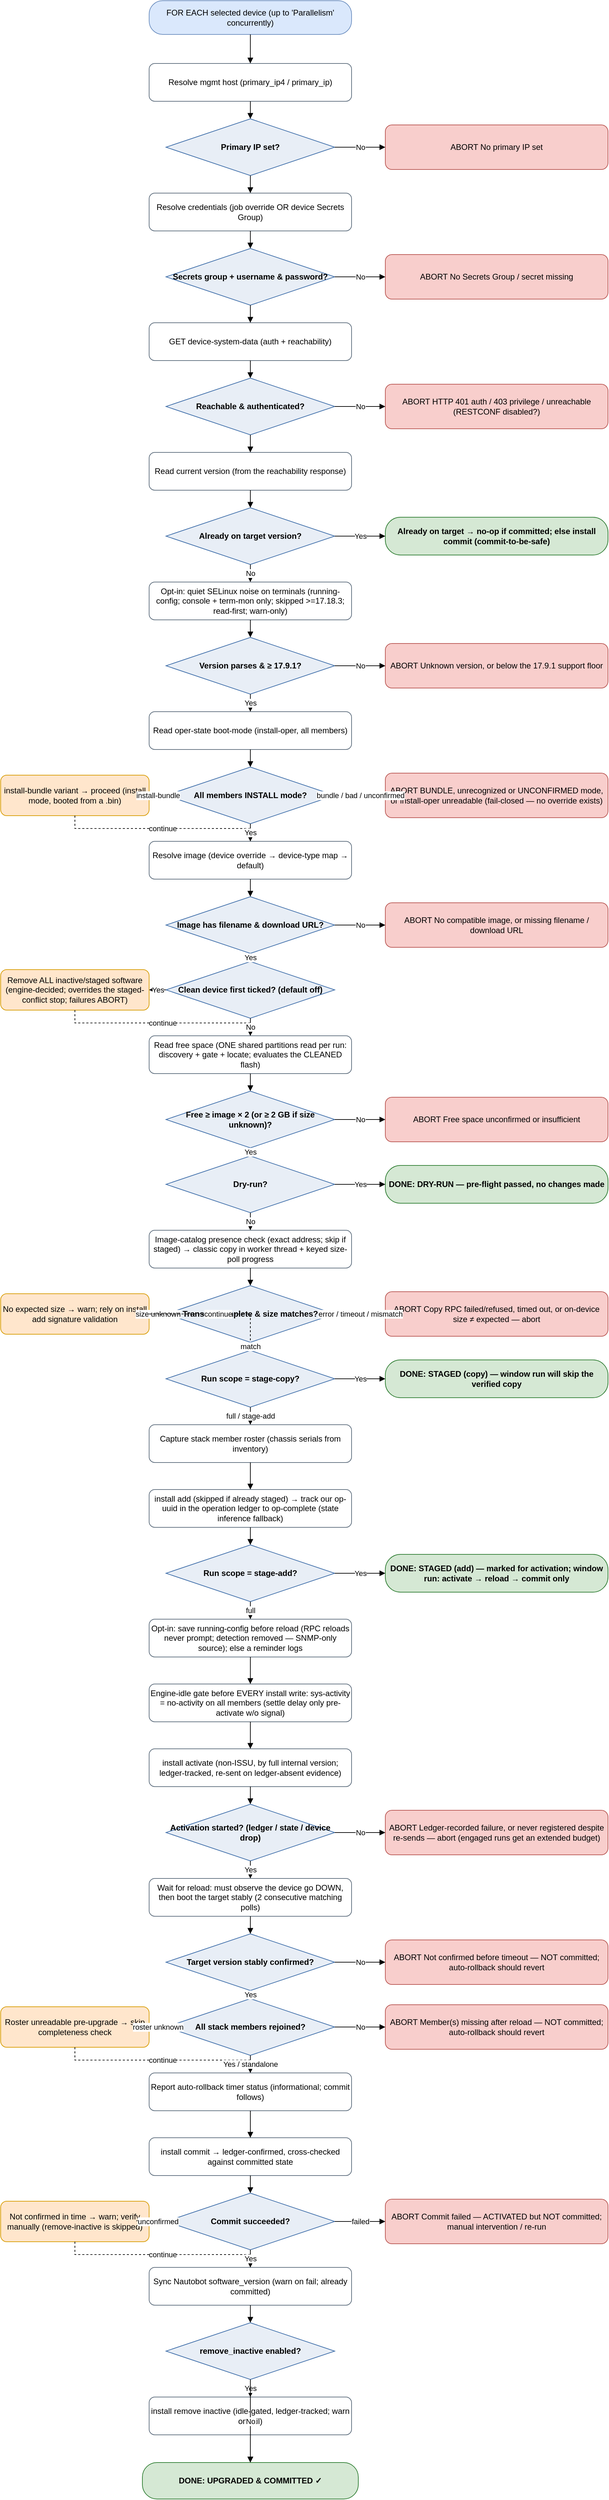
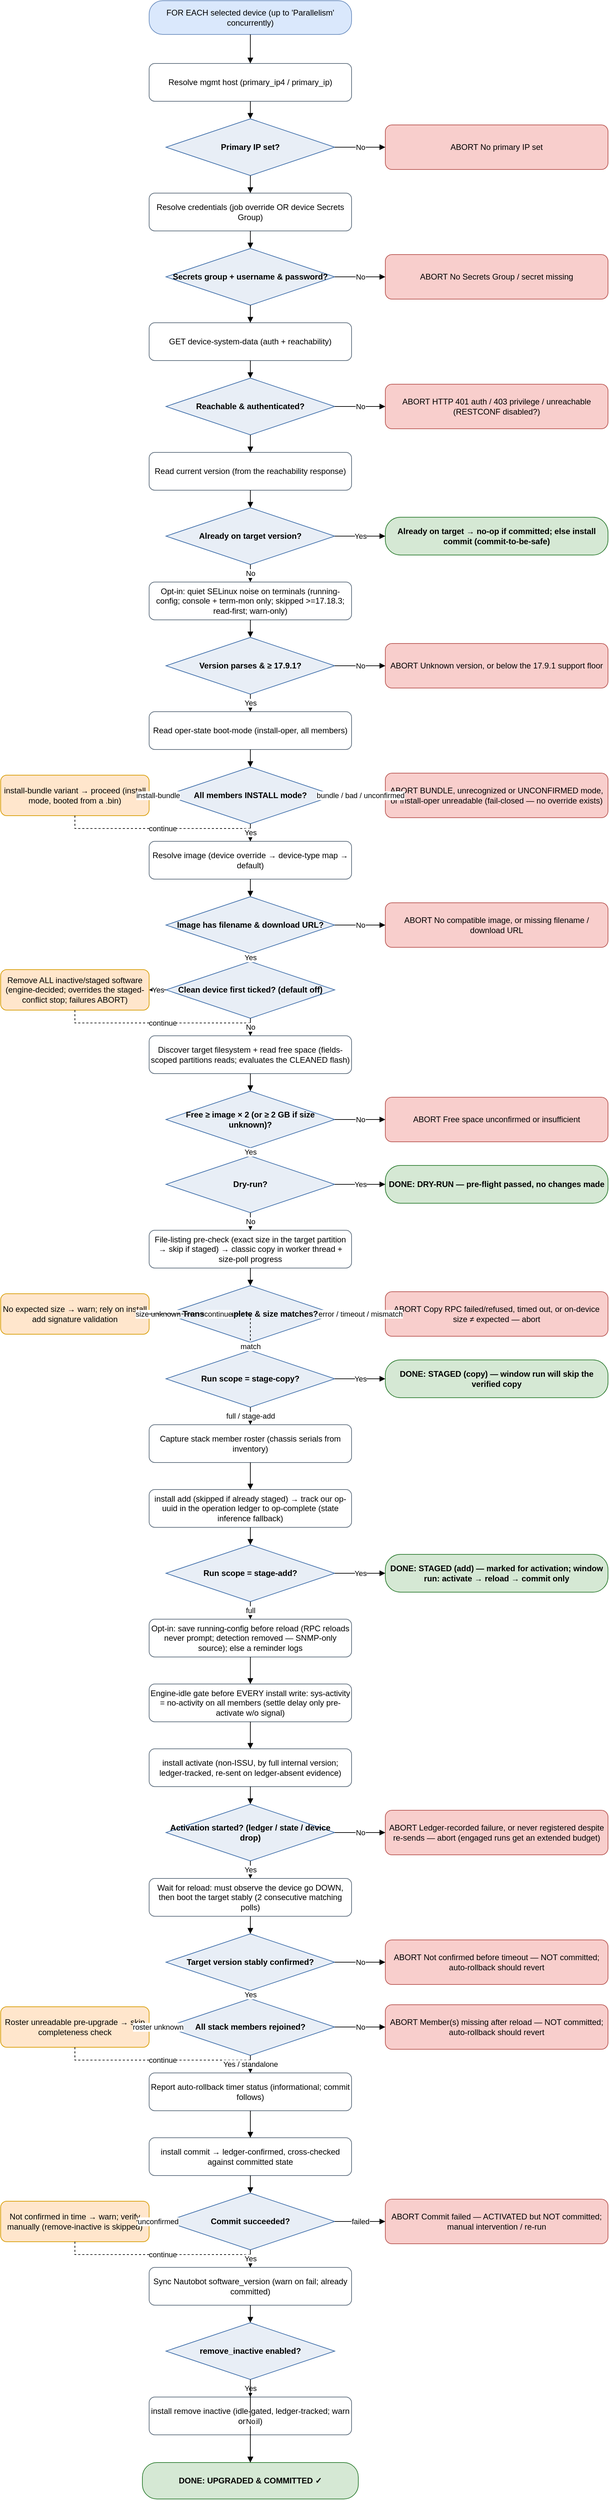
<mxfile host="app.diagrams.net" type="device">
  <diagram name="IOS-XE upgrade flow" id="iosxe-upgrade-flow">
    <mxGraphModel dx="1000" dy="2000" grid="1" gridSize="10" guides="1" tooltips="1"
        connect="1" arrows="1" fold="1" page="1" pageScale="1" math="0" shadow="0">
      <root>
        <mxCell id="0"/>
        <mxCell id="1" parent="0"/>
        <mxCell id="start" value="FOR EACH selected device&amp;#10;(up to &#x27;Parallelism&#x27; concurrently)" style="rounded=1;arcSize=40;whiteSpace=wrap;html=1;fillColor=#DAE8FC;strokeColor=#6C8EBF;" vertex="1" parent="1"><mxGeometry x="250" y="31" width="300" height="50" as="geometry"/></mxCell>
        <mxCell id="host" value="Resolve mgmt host&amp;#10;(primary_ip4 / primary_ip)" style="rounded=1;whiteSpace=wrap;html=1;fillColor=#FFFFFF;strokeColor=#5B6B7B;" vertex="1" parent="1"><mxGeometry x="250" y="124" width="300" height="56" as="geometry"/></mxCell>
        <mxCell id="d_ip" value="Primary IP set?" style="rhombus;whiteSpace=wrap;html=1;fillColor=#E8EEF6;strokeColor=#3C6CA8;fontStyle=1;" vertex="1" parent="1"><mxGeometry x="275" y="206" width="250" height="84" as="geometry"/></mxCell>
        <mxCell id="cred" value="Resolve credentials&amp;#10;(job override OR device Secrets Group)" style="rounded=1;whiteSpace=wrap;html=1;fillColor=#FFFFFF;strokeColor=#5B6B7B;" vertex="1" parent="1"><mxGeometry x="250" y="316" width="300" height="56" as="geometry"/></mxCell>
        <mxCell id="d_cred" value="Secrets group +&amp;#10;username &amp; password?" style="rhombus;whiteSpace=wrap;html=1;fillColor=#E8EEF6;strokeColor=#3C6CA8;fontStyle=1;" vertex="1" parent="1"><mxGeometry x="275" y="398" width="250" height="84" as="geometry"/></mxCell>
        <mxCell id="reach" value="GET device-system-data&amp;#10;(auth + reachability)" style="rounded=1;whiteSpace=wrap;html=1;fillColor=#FFFFFF;strokeColor=#5B6B7B;" vertex="1" parent="1"><mxGeometry x="250" y="508" width="300" height="56" as="geometry"/></mxCell>
        <mxCell id="d_reach" value="Reachable &amp;&amp;#10;authenticated?" style="rhombus;whiteSpace=wrap;html=1;fillColor=#E8EEF6;strokeColor=#3C6CA8;fontStyle=1;" vertex="1" parent="1"><mxGeometry x="275" y="590" width="250" height="84" as="geometry"/></mxCell>
        <mxCell id="curr" value="Read current version&amp;#10;(from the reachability response)" style="rounded=1;whiteSpace=wrap;html=1;fillColor=#FFFFFF;strokeColor=#5B6B7B;" vertex="1" parent="1"><mxGeometry x="250" y="700" width="300" height="56" as="geometry"/></mxCell>
        <mxCell id="d_target" value="Already on&amp;#10;target version?" style="rhombus;whiteSpace=wrap;html=1;fillColor=#E8EEF6;strokeColor=#3C6CA8;fontStyle=1;" vertex="1" parent="1"><mxGeometry x="275" y="782" width="250" height="84" as="geometry"/></mxCell>
        <mxCell id="avcsup" value="Opt-in: quiet SELinux noise on terminals&amp;#10;(running-config; console + term-mon only;&amp;#10;skipped &gt;=17.18.3; read-first; warn-only)" style="rounded=1;whiteSpace=wrap;html=1;fillColor=#FFFFFF;strokeColor=#5B6B7B;" vertex="1" parent="1"><mxGeometry x="250" y="892" width="300" height="56" as="geometry"/></mxCell>
        <mxCell id="d_floor" value="Version parses&amp;#10;&amp; ≥ 17.9.1?" style="rhombus;whiteSpace=wrap;html=1;fillColor=#E8EEF6;strokeColor=#3C6CA8;fontStyle=1;" vertex="1" parent="1"><mxGeometry x="275" y="974" width="250" height="84" as="geometry"/></mxCell>
        <mxCell id="mode" value="Read oper-state boot-mode&amp;#10;(install-oper, all members)" style="rounded=1;whiteSpace=wrap;html=1;fillColor=#FFFFFF;strokeColor=#5B6B7B;" vertex="1" parent="1"><mxGeometry x="250" y="1084" width="300" height="56" as="geometry"/></mxCell>
        <mxCell id="d_mode" value="All members&amp;#10;INSTALL mode?" style="rhombus;whiteSpace=wrap;html=1;fillColor=#E8EEF6;strokeColor=#3C6CA8;fontStyle=1;" vertex="1" parent="1"><mxGeometry x="275" y="1166" width="250" height="84" as="geometry"/></mxCell>
        <mxCell id="img" value="Resolve image (device override →&amp;#10;device-type map → default)" style="rounded=1;whiteSpace=wrap;html=1;fillColor=#FFFFFF;strokeColor=#5B6B7B;" vertex="1" parent="1"><mxGeometry x="250" y="1276" width="300" height="56" as="geometry"/></mxCell>
        <mxCell id="d_img" value="Image has filename&amp;#10;&amp; download URL?" style="rhombus;whiteSpace=wrap;html=1;fillColor=#E8EEF6;strokeColor=#3C6CA8;fontStyle=1;" vertex="1" parent="1"><mxGeometry x="275" y="1358" width="250" height="84" as="geometry"/></mxCell>
        <mxCell id="d_clean" value="Clean device first&amp;#10;ticked? (default off)" style="rhombus;whiteSpace=wrap;html=1;fillColor=#E8EEF6;strokeColor=#3C6CA8;fontStyle=1;" vertex="1" parent="1"><mxGeometry x="275" y="1454" width="250" height="84" as="geometry"/></mxCell>
-         <mxCell id="space" value="Read free space (ONE shared partitions&amp;#10;read per run: discovery + gate + locate;&amp;#10;evaluates the CLEANED flash)" style="rounded=1;whiteSpace=wrap;html=1;fillColor=#FFFFFF;strokeColor=#5B6B7B;" vertex="1" parent="1"><mxGeometry x="250" y="1564" width="300" height="56" as="geometry"/></mxCell>
+         <mxCell id="space" value="Discover target filesystem + read free&amp;#10;space (fields-scoped partitions reads;&amp;#10;evaluates the CLEANED flash)" style="rounded=1;whiteSpace=wrap;html=1;fillColor=#FFFFFF;strokeColor=#5B6B7B;" vertex="1" parent="1"><mxGeometry x="250" y="1564" width="300" height="56" as="geometry"/></mxCell>
        <mxCell id="d_space" value="Free ≥ image × 2&amp;#10;(or ≥ 2 GB if size unknown)?" style="rhombus;whiteSpace=wrap;html=1;fillColor=#E8EEF6;strokeColor=#3C6CA8;fontStyle=1;" vertex="1" parent="1"><mxGeometry x="275" y="1646" width="250" height="84" as="geometry"/></mxCell>
        <mxCell id="d_dry" value="Dry-run?" style="rhombus;whiteSpace=wrap;html=1;fillColor=#E8EEF6;strokeColor=#3C6CA8;fontStyle=1;" vertex="1" parent="1"><mxGeometry x="275" y="1742" width="250" height="84" as="geometry"/></mxCell>
-         <mxCell id="copy" value="Image-catalog presence check (exact address;&amp;#10;skip if staged) → classic copy in worker&amp;#10;thread + keyed size-poll progress" style="rounded=1;whiteSpace=wrap;html=1;fillColor=#FFFFFF;strokeColor=#5B6B7B;" vertex="1" parent="1"><mxGeometry x="250" y="1852" width="300" height="56" as="geometry"/></mxCell>
+         <mxCell id="copy" value="File-listing pre-check (exact size in the&amp;#10;target partition → skip if staged) → classic&amp;#10;copy in worker thread + size-poll progress" style="rounded=1;whiteSpace=wrap;html=1;fillColor=#FFFFFF;strokeColor=#5B6B7B;" vertex="1" parent="1"><mxGeometry x="250" y="1852" width="300" height="56" as="geometry"/></mxCell>
        <mxCell id="d_size" value="Transfer complete&amp;#10;&amp; size matches?" style="rhombus;whiteSpace=wrap;html=1;fillColor=#E8EEF6;strokeColor=#3C6CA8;fontStyle=1;" vertex="1" parent="1"><mxGeometry x="275" y="1934" width="250" height="84" as="geometry"/></mxCell>
        <mxCell id="d_stagecopy" value="Run scope =&amp;#10;stage-copy?" style="rhombus;whiteSpace=wrap;html=1;fillColor=#E8EEF6;strokeColor=#3C6CA8;fontStyle=1;" vertex="1" parent="1"><mxGeometry x="275" y="2030" width="250" height="84" as="geometry"/></mxCell>
        <mxCell id="roster" value="Capture stack member roster&amp;#10;(chassis serials from inventory)" style="rounded=1;whiteSpace=wrap;html=1;fillColor=#FFFFFF;strokeColor=#5B6B7B;" vertex="1" parent="1"><mxGeometry x="250" y="2140" width="300" height="56" as="geometry"/></mxCell>
        <mxCell id="add" value="install add (skipped if already staged) →&amp;#10;track our op-uuid in the operation ledger&amp;#10;to op-complete (state inference fallback)" style="rounded=1;whiteSpace=wrap;html=1;fillColor=#FFFFFF;strokeColor=#5B6B7B;" vertex="1" parent="1"><mxGeometry x="250" y="2236" width="300" height="56" as="geometry"/></mxCell>
        <mxCell id="d_stageadd" value="Run scope =&amp;#10;stage-add?" style="rhombus;whiteSpace=wrap;html=1;fillColor=#E8EEF6;strokeColor=#3C6CA8;fontStyle=1;" vertex="1" parent="1"><mxGeometry x="275" y="2318" width="250" height="84" as="geometry"/></mxCell>
        <mxCell id="cfgsync" value="Opt-in: save running-config before reload&amp;#10;(RPC reloads never prompt; detection removed&amp;#10;— SNMP-only source); else a reminder logs" style="rounded=1;whiteSpace=wrap;html=1;fillColor=#FFFFFF;strokeColor=#5B6B7B;" vertex="1" parent="1"><mxGeometry x="250" y="2428" width="300" height="56" as="geometry"/></mxCell>
        <mxCell id="idle" value="Engine-idle gate before EVERY install write:&amp;#10;sys-activity = no-activity on all members&amp;#10;(settle delay only pre-activate w/o signal)" style="rounded=1;whiteSpace=wrap;html=1;fillColor=#FFFFFF;strokeColor=#5B6B7B;" vertex="1" parent="1"><mxGeometry x="250" y="2524" width="300" height="56" as="geometry"/></mxCell>
        <mxCell id="act" value="install activate (non-ISSU, by full internal&amp;#10;version; ledger-tracked,&amp;#10;re-sent on ledger-absent evidence)" style="rounded=1;whiteSpace=wrap;html=1;fillColor=#FFFFFF;strokeColor=#5B6B7B;" vertex="1" parent="1"><mxGeometry x="250" y="2620" width="300" height="56" as="geometry"/></mxCell>
        <mxCell id="d_act" value="Activation started?&amp;#10;(ledger / state / device drop)" style="rhombus;whiteSpace=wrap;html=1;fillColor=#E8EEF6;strokeColor=#3C6CA8;fontStyle=1;" vertex="1" parent="1"><mxGeometry x="275" y="2702" width="250" height="84" as="geometry"/></mxCell>
        <mxCell id="waitc" value="Wait for reload: must observe the device&amp;#10;go DOWN, then boot the target stably&amp;#10;(2 consecutive matching polls)" style="rounded=1;whiteSpace=wrap;html=1;fillColor=#FFFFFF;strokeColor=#5B6B7B;" vertex="1" parent="1"><mxGeometry x="250" y="2812" width="300" height="56" as="geometry"/></mxCell>
        <mxCell id="d_confirm" value="Target version&amp;#10;stably confirmed?" style="rhombus;whiteSpace=wrap;html=1;fillColor=#E8EEF6;strokeColor=#3C6CA8;fontStyle=1;" vertex="1" parent="1"><mxGeometry x="275" y="2894" width="250" height="84" as="geometry"/></mxCell>
        <mxCell id="d_members" value="All stack members&amp;#10;rejoined?" style="rhombus;whiteSpace=wrap;html=1;fillColor=#E8EEF6;strokeColor=#3C6CA8;fontStyle=1;" vertex="1" parent="1"><mxGeometry x="275" y="2990" width="250" height="84" as="geometry"/></mxCell>
        <mxCell id="rollbackchk" value="Report auto-rollback timer status&amp;#10;(informational; commit follows)" style="rounded=1;whiteSpace=wrap;html=1;fillColor=#FFFFFF;strokeColor=#5B6B7B;" vertex="1" parent="1"><mxGeometry x="250" y="3100" width="300" height="56" as="geometry"/></mxCell>
        <mxCell id="commit" value="install commit → ledger-confirmed,&amp;#10;cross-checked against committed state" style="rounded=1;whiteSpace=wrap;html=1;fillColor=#FFFFFF;strokeColor=#5B6B7B;" vertex="1" parent="1"><mxGeometry x="250" y="3196" width="300" height="56" as="geometry"/></mxCell>
        <mxCell id="d_commit" value="Commit&amp;#10;succeeded?" style="rhombus;whiteSpace=wrap;html=1;fillColor=#E8EEF6;strokeColor=#3C6CA8;fontStyle=1;" vertex="1" parent="1"><mxGeometry x="275" y="3278" width="250" height="84" as="geometry"/></mxCell>
        <mxCell id="sync" value="Sync Nautobot software_version&amp;#10;(warn on fail; already committed)" style="rounded=1;whiteSpace=wrap;html=1;fillColor=#FFFFFF;strokeColor=#5B6B7B;" vertex="1" parent="1"><mxGeometry x="250" y="3388" width="300" height="56" as="geometry"/></mxCell>
        <mxCell id="d_remove" value="remove_inactive&amp;#10;enabled?" style="rhombus;whiteSpace=wrap;html=1;fillColor=#E8EEF6;strokeColor=#3C6CA8;fontStyle=1;" vertex="1" parent="1"><mxGeometry x="275" y="3470" width="250" height="84" as="geometry"/></mxCell>
        <mxCell id="remove" value="install remove inactive (idle-gated,&amp;#10;ledger-tracked; warn on fail)" style="rounded=1;whiteSpace=wrap;html=1;fillColor=#FFFFFF;strokeColor=#5B6B7B;" vertex="1" parent="1"><mxGeometry x="250" y="3580" width="300" height="56" as="geometry"/></mxCell>
        <mxCell id="ok" value="DONE: UPGRADED &amp; COMMITTED ✓" style="rounded=1;arcSize=40;whiteSpace=wrap;html=1;fillColor=#D5E8D4;strokeColor=#2E7D32;fontStyle=1;" vertex="1" parent="1"><mxGeometry x="240" y="3677" width="320" height="54" as="geometry"/></mxCell>
        <mxCell id="d_ip_abort" value="ABORT&amp;#10;No primary IP set" style="rounded=1;whiteSpace=wrap;html=1;fillColor=#F8CECC;strokeColor=#B85450;" vertex="1" parent="1"><mxGeometry x="600" y="215" width="330" height="66" as="geometry"/></mxCell>
        <mxCell id="d_cred_abort" value="ABORT&amp;#10;No Secrets Group / secret missing" style="rounded=1;whiteSpace=wrap;html=1;fillColor=#F8CECC;strokeColor=#B85450;" vertex="1" parent="1"><mxGeometry x="600" y="407" width="330" height="66" as="geometry"/></mxCell>
        <mxCell id="d_reach_abort" value="ABORT&amp;#10;HTTP 401 auth / 403 privilege /&amp;#10;unreachable (RESTCONF disabled?)" style="rounded=1;whiteSpace=wrap;html=1;fillColor=#F8CECC;strokeColor=#B85450;" vertex="1" parent="1"><mxGeometry x="600" y="599" width="330" height="66" as="geometry"/></mxCell>
        <mxCell id="d_target_ok" value="Already on target → no-op if committed;&amp;#10;else install commit (commit-to-be-safe)" style="rounded=1;arcSize=40;whiteSpace=wrap;html=1;fillColor=#D5E8D4;strokeColor=#2E7D32;fontStyle=1;" vertex="1" parent="1"><mxGeometry x="600" y="796" width="330" height="56" as="geometry"/></mxCell>
        <mxCell id="d_floor_abort" value="ABORT&amp;#10;Unknown version, or below the&amp;#10;17.9.1 support floor" style="rounded=1;whiteSpace=wrap;html=1;fillColor=#F8CECC;strokeColor=#B85450;" vertex="1" parent="1"><mxGeometry x="600" y="983" width="330" height="66" as="geometry"/></mxCell>
        <mxCell id="d_mode_abort" value="ABORT&amp;#10;BUNDLE, unrecognized or UNCONFIRMED&amp;#10;mode, or install-oper unreadable&amp;#10;(fail-closed — no override exists)" style="rounded=1;whiteSpace=wrap;html=1;fillColor=#F8CECC;strokeColor=#B85450;" vertex="1" parent="1"><mxGeometry x="600" y="1175" width="330" height="66" as="geometry"/></mxCell>
        <mxCell id="d_mode_warn" value="install-bundle variant → proceed&amp;#10;(install mode, booted from a .bin)" style="rounded=1;whiteSpace=wrap;html=1;fillColor=#FFE6CC;strokeColor=#D79B00;" vertex="1" parent="1"><mxGeometry x="30" y="1178" width="220" height="60" as="geometry"/></mxCell>
        <mxCell id="d_img_abort" value="ABORT&amp;#10;No compatible image, or missing&amp;#10;filename / download URL" style="rounded=1;whiteSpace=wrap;html=1;fillColor=#F8CECC;strokeColor=#B85450;" vertex="1" parent="1"><mxGeometry x="600" y="1367" width="330" height="66" as="geometry"/></mxCell>
        <mxCell id="d_clean_warn" value="Remove ALL inactive/staged software&amp;#10;(engine-decided; overrides the staged-&amp;#10;conflict stop; failures ABORT)" style="rounded=1;whiteSpace=wrap;html=1;fillColor=#FFE6CC;strokeColor=#D79B00;" vertex="1" parent="1"><mxGeometry x="30" y="1466" width="220" height="60" as="geometry"/></mxCell>
        <mxCell id="d_space_abort" value="ABORT&amp;#10;Free space unconfirmed or&amp;#10;insufficient" style="rounded=1;whiteSpace=wrap;html=1;fillColor=#F8CECC;strokeColor=#B85450;" vertex="1" parent="1"><mxGeometry x="600" y="1655" width="330" height="66" as="geometry"/></mxCell>
        <mxCell id="d_dry_ok" value="DONE: DRY-RUN — pre-flight&amp;#10;passed, no changes made" style="rounded=1;arcSize=40;whiteSpace=wrap;html=1;fillColor=#D5E8D4;strokeColor=#2E7D32;fontStyle=1;" vertex="1" parent="1"><mxGeometry x="600" y="1756" width="330" height="56" as="geometry"/></mxCell>
        <mxCell id="d_size_abort" value="ABORT&amp;#10;Copy RPC failed/refused, timed out,&amp;#10;or on-device size ≠ expected — abort" style="rounded=1;whiteSpace=wrap;html=1;fillColor=#F8CECC;strokeColor=#B85450;" vertex="1" parent="1"><mxGeometry x="600" y="1943" width="330" height="66" as="geometry"/></mxCell>
        <mxCell id="d_size_warn" value="No expected size → warn; rely on&amp;#10;install add signature validation" style="rounded=1;whiteSpace=wrap;html=1;fillColor=#FFE6CC;strokeColor=#D79B00;" vertex="1" parent="1"><mxGeometry x="30" y="1946" width="220" height="60" as="geometry"/></mxCell>
        <mxCell id="d_stagecopy_ok" value="DONE: STAGED (copy) — window run&amp;#10;will skip the verified copy" style="rounded=1;arcSize=40;whiteSpace=wrap;html=1;fillColor=#D5E8D4;strokeColor=#2E7D32;fontStyle=1;" vertex="1" parent="1"><mxGeometry x="600" y="2044" width="330" height="56" as="geometry"/></mxCell>
        <mxCell id="d_stageadd_ok" value="DONE: STAGED (add) — marked for&amp;#10;activation; window run: activate →&amp;#10;reload → commit only" style="rounded=1;arcSize=40;whiteSpace=wrap;html=1;fillColor=#D5E8D4;strokeColor=#2E7D32;fontStyle=1;" vertex="1" parent="1"><mxGeometry x="600" y="2332" width="330" height="56" as="geometry"/></mxCell>
        <mxCell id="d_act_abort" value="ABORT&amp;#10;Ledger-recorded failure, or never&amp;#10;registered despite re-sends — abort&amp;#10;(engaged runs get an extended budget)" style="rounded=1;whiteSpace=wrap;html=1;fillColor=#F8CECC;strokeColor=#B85450;" vertex="1" parent="1"><mxGeometry x="600" y="2711" width="330" height="66" as="geometry"/></mxCell>
        <mxCell id="d_confirm_abort" value="ABORT&amp;#10;Not confirmed before timeout — NOT&amp;#10;committed; auto-rollback should revert" style="rounded=1;whiteSpace=wrap;html=1;fillColor=#F8CECC;strokeColor=#B85450;" vertex="1" parent="1"><mxGeometry x="600" y="2903" width="330" height="66" as="geometry"/></mxCell>
        <mxCell id="d_members_abort" value="ABORT&amp;#10;Member(s) missing after reload — NOT&amp;#10;committed; auto-rollback should revert" style="rounded=1;whiteSpace=wrap;html=1;fillColor=#F8CECC;strokeColor=#B85450;" vertex="1" parent="1"><mxGeometry x="600" y="2999" width="330" height="66" as="geometry"/></mxCell>
        <mxCell id="d_members_warn" value="Roster unreadable pre-upgrade →&amp;#10;skip completeness check" style="rounded=1;whiteSpace=wrap;html=1;fillColor=#FFE6CC;strokeColor=#D79B00;" vertex="1" parent="1"><mxGeometry x="30" y="3002" width="220" height="60" as="geometry"/></mxCell>
        <mxCell id="d_commit_abort" value="ABORT&amp;#10;Commit failed — ACTIVATED but NOT&amp;#10;committed; manual intervention / re-run" style="rounded=1;whiteSpace=wrap;html=1;fillColor=#F8CECC;strokeColor=#B85450;" vertex="1" parent="1"><mxGeometry x="600" y="3287" width="330" height="66" as="geometry"/></mxCell>
        <mxCell id="d_commit_warn" value="Not confirmed in time → warn;&amp;#10;verify manually (remove-inactive&amp;#10;is skipped)" style="rounded=1;whiteSpace=wrap;html=1;fillColor=#FFE6CC;strokeColor=#D79B00;" vertex="1" parent="1"><mxGeometry x="30" y="3290" width="220" height="60" as="geometry"/></mxCell>
        <mxCell id="e_d_ip_abort" value="No" style="edgeStyle=orthogonalEdgeStyle;rounded=0;html=1;endArrow=block;" edge="1" parent="1" source="d_ip" target="d_ip_abort"><mxGeometry relative="1" as="geometry"/></mxCell>
        <mxCell id="e_d_cred_abort" value="No" style="edgeStyle=orthogonalEdgeStyle;rounded=0;html=1;endArrow=block;" edge="1" parent="1" source="d_cred" target="d_cred_abort"><mxGeometry relative="1" as="geometry"/></mxCell>
        <mxCell id="e_d_reach_abort" value="No" style="edgeStyle=orthogonalEdgeStyle;rounded=0;html=1;endArrow=block;" edge="1" parent="1" source="d_reach" target="d_reach_abort"><mxGeometry relative="1" as="geometry"/></mxCell>
        <mxCell id="e_d_target_ok" value="Yes" style="edgeStyle=orthogonalEdgeStyle;rounded=0;html=1;endArrow=block;" edge="1" parent="1" source="d_target" target="d_target_ok"><mxGeometry relative="1" as="geometry"/></mxCell>
        <mxCell id="e_d_floor_abort" value="No" style="edgeStyle=orthogonalEdgeStyle;rounded=0;html=1;endArrow=block;" edge="1" parent="1" source="d_floor" target="d_floor_abort"><mxGeometry relative="1" as="geometry"/></mxCell>
        <mxCell id="e_d_mode_abort" value="bundle / bad /
unconfirmed" style="edgeStyle=orthogonalEdgeStyle;rounded=0;html=1;endArrow=block;" edge="1" parent="1" source="d_mode" target="d_mode_abort"><mxGeometry relative="1" as="geometry"/></mxCell>
        <mxCell id="e_d_mode_warn" value="install-bundle" style="edgeStyle=orthogonalEdgeStyle;rounded=0;html=1;endArrow=block;" edge="1" parent="1" source="d_mode" target="d_mode_warn"><mxGeometry relative="1" as="geometry"/></mxCell>
        <mxCell id="e_d_mode_warn_join" value="continue" style="edgeStyle=orthogonalEdgeStyle;rounded=0;html=1;endArrow=block;dashed=1;" edge="1" parent="1" source="d_mode_warn" target="img"><mxGeometry relative="1" as="geometry"/></mxCell>
        <mxCell id="e_d_img_abort" value="No" style="edgeStyle=orthogonalEdgeStyle;rounded=0;html=1;endArrow=block;" edge="1" parent="1" source="d_img" target="d_img_abort"><mxGeometry relative="1" as="geometry"/></mxCell>
        <mxCell id="e_d_clean_warn" value="Yes" style="edgeStyle=orthogonalEdgeStyle;rounded=0;html=1;endArrow=block;" edge="1" parent="1" source="d_clean" target="d_clean_warn"><mxGeometry relative="1" as="geometry"/></mxCell>
        <mxCell id="e_d_clean_warn_join" value="continue" style="edgeStyle=orthogonalEdgeStyle;rounded=0;html=1;endArrow=block;dashed=1;" edge="1" parent="1" source="d_clean_warn" target="space"><mxGeometry relative="1" as="geometry"/></mxCell>
        <mxCell id="e_d_space_abort" value="No" style="edgeStyle=orthogonalEdgeStyle;rounded=0;html=1;endArrow=block;" edge="1" parent="1" source="d_space" target="d_space_abort"><mxGeometry relative="1" as="geometry"/></mxCell>
        <mxCell id="e_d_dry_ok" value="Yes" style="edgeStyle=orthogonalEdgeStyle;rounded=0;html=1;endArrow=block;" edge="1" parent="1" source="d_dry" target="d_dry_ok"><mxGeometry relative="1" as="geometry"/></mxCell>
        <mxCell id="e_d_size_abort" value="error / timeout /
mismatch" style="edgeStyle=orthogonalEdgeStyle;rounded=0;html=1;endArrow=block;" edge="1" parent="1" source="d_size" target="d_size_abort"><mxGeometry relative="1" as="geometry"/></mxCell>
        <mxCell id="e_d_size_warn" value="size unknown" style="edgeStyle=orthogonalEdgeStyle;rounded=0;html=1;endArrow=block;" edge="1" parent="1" source="d_size" target="d_size_warn"><mxGeometry relative="1" as="geometry"/></mxCell>
        <mxCell id="e_d_size_warn_join" value="continue" style="edgeStyle=orthogonalEdgeStyle;rounded=0;html=1;endArrow=block;dashed=1;" edge="1" parent="1" source="d_size_warn" target="d_stagecopy"><mxGeometry relative="1" as="geometry"/></mxCell>
        <mxCell id="e_d_stagecopy_ok" value="Yes" style="edgeStyle=orthogonalEdgeStyle;rounded=0;html=1;endArrow=block;" edge="1" parent="1" source="d_stagecopy" target="d_stagecopy_ok"><mxGeometry relative="1" as="geometry"/></mxCell>
        <mxCell id="e_d_stageadd_ok" value="Yes" style="edgeStyle=orthogonalEdgeStyle;rounded=0;html=1;endArrow=block;" edge="1" parent="1" source="d_stageadd" target="d_stageadd_ok"><mxGeometry relative="1" as="geometry"/></mxCell>
        <mxCell id="e_d_act_abort" value="No" style="edgeStyle=orthogonalEdgeStyle;rounded=0;html=1;endArrow=block;" edge="1" parent="1" source="d_act" target="d_act_abort"><mxGeometry relative="1" as="geometry"/></mxCell>
        <mxCell id="e_d_confirm_abort" value="No" style="edgeStyle=orthogonalEdgeStyle;rounded=0;html=1;endArrow=block;" edge="1" parent="1" source="d_confirm" target="d_confirm_abort"><mxGeometry relative="1" as="geometry"/></mxCell>
        <mxCell id="e_d_members_abort" value="No" style="edgeStyle=orthogonalEdgeStyle;rounded=0;html=1;endArrow=block;" edge="1" parent="1" source="d_members" target="d_members_abort"><mxGeometry relative="1" as="geometry"/></mxCell>
        <mxCell id="e_d_members_warn" value="roster unknown" style="edgeStyle=orthogonalEdgeStyle;rounded=0;html=1;endArrow=block;" edge="1" parent="1" source="d_members" target="d_members_warn"><mxGeometry relative="1" as="geometry"/></mxCell>
        <mxCell id="e_d_members_warn_join" value="continue" style="edgeStyle=orthogonalEdgeStyle;rounded=0;html=1;endArrow=block;dashed=1;" edge="1" parent="1" source="d_members_warn" target="rollbackchk"><mxGeometry relative="1" as="geometry"/></mxCell>
        <mxCell id="e_d_commit_abort" value="failed" style="edgeStyle=orthogonalEdgeStyle;rounded=0;html=1;endArrow=block;" edge="1" parent="1" source="d_commit" target="d_commit_abort"><mxGeometry relative="1" as="geometry"/></mxCell>
        <mxCell id="e_d_commit_warn" value="unconfirmed" style="edgeStyle=orthogonalEdgeStyle;rounded=0;html=1;endArrow=block;" edge="1" parent="1" source="d_commit" target="d_commit_warn"><mxGeometry relative="1" as="geometry"/></mxCell>
        <mxCell id="e_d_commit_warn_join" value="continue" style="edgeStyle=orthogonalEdgeStyle;rounded=0;html=1;endArrow=block;dashed=1;" edge="1" parent="1" source="d_commit_warn" target="sync"><mxGeometry relative="1" as="geometry"/></mxCell>
        <mxCell id="e_start_host" value="" style="edgeStyle=orthogonalEdgeStyle;rounded=0;html=1;endArrow=block;" edge="1" parent="1" source="start" target="host"><mxGeometry relative="1" as="geometry"/></mxCell>
        <mxCell id="e_host_d_ip" value="" style="edgeStyle=orthogonalEdgeStyle;rounded=0;html=1;endArrow=block;" edge="1" parent="1" source="host" target="d_ip"><mxGeometry relative="1" as="geometry"/></mxCell>
        <mxCell id="e_d_ip_cred" value="" style="edgeStyle=orthogonalEdgeStyle;rounded=0;html=1;endArrow=block;" edge="1" parent="1" source="d_ip" target="cred"><mxGeometry relative="1" as="geometry"/></mxCell>
        <mxCell id="e_cred_d_cred" value="" style="edgeStyle=orthogonalEdgeStyle;rounded=0;html=1;endArrow=block;" edge="1" parent="1" source="cred" target="d_cred"><mxGeometry relative="1" as="geometry"/></mxCell>
        <mxCell id="e_d_cred_reach" value="" style="edgeStyle=orthogonalEdgeStyle;rounded=0;html=1;endArrow=block;" edge="1" parent="1" source="d_cred" target="reach"><mxGeometry relative="1" as="geometry"/></mxCell>
        <mxCell id="e_reach_d_reach" value="" style="edgeStyle=orthogonalEdgeStyle;rounded=0;html=1;endArrow=block;" edge="1" parent="1" source="reach" target="d_reach"><mxGeometry relative="1" as="geometry"/></mxCell>
        <mxCell id="e_d_reach_curr" value="" style="edgeStyle=orthogonalEdgeStyle;rounded=0;html=1;endArrow=block;" edge="1" parent="1" source="d_reach" target="curr"><mxGeometry relative="1" as="geometry"/></mxCell>
        <mxCell id="e_curr_d_target" value="" style="edgeStyle=orthogonalEdgeStyle;rounded=0;html=1;endArrow=block;" edge="1" parent="1" source="curr" target="d_target"><mxGeometry relative="1" as="geometry"/></mxCell>
        <mxCell id="e_d_target_avcsup" value="No" style="edgeStyle=orthogonalEdgeStyle;rounded=0;html=1;endArrow=block;" edge="1" parent="1" source="d_target" target="avcsup"><mxGeometry relative="1" as="geometry"/></mxCell>
        <mxCell id="e_avcsup_d_floor" value="" style="edgeStyle=orthogonalEdgeStyle;rounded=0;html=1;endArrow=block;" edge="1" parent="1" source="avcsup" target="d_floor"><mxGeometry relative="1" as="geometry"/></mxCell>
        <mxCell id="e_d_floor_mode" value="Yes" style="edgeStyle=orthogonalEdgeStyle;rounded=0;html=1;endArrow=block;" edge="1" parent="1" source="d_floor" target="mode"><mxGeometry relative="1" as="geometry"/></mxCell>
        <mxCell id="e_mode_d_mode" value="" style="edgeStyle=orthogonalEdgeStyle;rounded=0;html=1;endArrow=block;" edge="1" parent="1" source="mode" target="d_mode"><mxGeometry relative="1" as="geometry"/></mxCell>
        <mxCell id="e_d_mode_img" value="Yes" style="edgeStyle=orthogonalEdgeStyle;rounded=0;html=1;endArrow=block;" edge="1" parent="1" source="d_mode" target="img"><mxGeometry relative="1" as="geometry"/></mxCell>
        <mxCell id="e_img_d_img" value="" style="edgeStyle=orthogonalEdgeStyle;rounded=0;html=1;endArrow=block;" edge="1" parent="1" source="img" target="d_img"><mxGeometry relative="1" as="geometry"/></mxCell>
        <mxCell id="e_d_img_d_clean" value="Yes" style="edgeStyle=orthogonalEdgeStyle;rounded=0;html=1;endArrow=block;" edge="1" parent="1" source="d_img" target="d_clean"><mxGeometry relative="1" as="geometry"/></mxCell>
        <mxCell id="e_d_clean_space" value="No" style="edgeStyle=orthogonalEdgeStyle;rounded=0;html=1;endArrow=block;" edge="1" parent="1" source="d_clean" target="space"><mxGeometry relative="1" as="geometry"/></mxCell>
        <mxCell id="e_space_d_space" value="" style="edgeStyle=orthogonalEdgeStyle;rounded=0;html=1;endArrow=block;" edge="1" parent="1" source="space" target="d_space"><mxGeometry relative="1" as="geometry"/></mxCell>
        <mxCell id="e_d_space_d_dry" value="Yes" style="edgeStyle=orthogonalEdgeStyle;rounded=0;html=1;endArrow=block;" edge="1" parent="1" source="d_space" target="d_dry"><mxGeometry relative="1" as="geometry"/></mxCell>
        <mxCell id="e_d_dry_copy" value="No" style="edgeStyle=orthogonalEdgeStyle;rounded=0;html=1;endArrow=block;" edge="1" parent="1" source="d_dry" target="copy"><mxGeometry relative="1" as="geometry"/></mxCell>
        <mxCell id="e_copy_d_size" value="" style="edgeStyle=orthogonalEdgeStyle;rounded=0;html=1;endArrow=block;" edge="1" parent="1" source="copy" target="d_size"><mxGeometry relative="1" as="geometry"/></mxCell>
        <mxCell id="e_d_size_d_stagecopy" value="match" style="edgeStyle=orthogonalEdgeStyle;rounded=0;html=1;endArrow=block;" edge="1" parent="1" source="d_size" target="d_stagecopy"><mxGeometry relative="1" as="geometry"/></mxCell>
        <mxCell id="e_d_stagecopy_roster" value="full / stage-add" style="edgeStyle=orthogonalEdgeStyle;rounded=0;html=1;endArrow=block;" edge="1" parent="1" source="d_stagecopy" target="roster"><mxGeometry relative="1" as="geometry"/></mxCell>
        <mxCell id="e_roster_add" value="" style="edgeStyle=orthogonalEdgeStyle;rounded=0;html=1;endArrow=block;" edge="1" parent="1" source="roster" target="add"><mxGeometry relative="1" as="geometry"/></mxCell>
        <mxCell id="e_add_d_stageadd" value="" style="edgeStyle=orthogonalEdgeStyle;rounded=0;html=1;endArrow=block;" edge="1" parent="1" source="add" target="d_stageadd"><mxGeometry relative="1" as="geometry"/></mxCell>
        <mxCell id="e_d_stageadd_cfgsync" value="full" style="edgeStyle=orthogonalEdgeStyle;rounded=0;html=1;endArrow=block;" edge="1" parent="1" source="d_stageadd" target="cfgsync"><mxGeometry relative="1" as="geometry"/></mxCell>
        <mxCell id="e_cfgsync_idle" value="" style="edgeStyle=orthogonalEdgeStyle;rounded=0;html=1;endArrow=block;" edge="1" parent="1" source="cfgsync" target="idle"><mxGeometry relative="1" as="geometry"/></mxCell>
        <mxCell id="e_idle_act" value="" style="edgeStyle=orthogonalEdgeStyle;rounded=0;html=1;endArrow=block;" edge="1" parent="1" source="idle" target="act"><mxGeometry relative="1" as="geometry"/></mxCell>
        <mxCell id="e_act_d_act" value="" style="edgeStyle=orthogonalEdgeStyle;rounded=0;html=1;endArrow=block;" edge="1" parent="1" source="act" target="d_act"><mxGeometry relative="1" as="geometry"/></mxCell>
        <mxCell id="e_d_act_waitc" value="Yes" style="edgeStyle=orthogonalEdgeStyle;rounded=0;html=1;endArrow=block;" edge="1" parent="1" source="d_act" target="waitc"><mxGeometry relative="1" as="geometry"/></mxCell>
        <mxCell id="e_waitc_d_confirm" value="" style="edgeStyle=orthogonalEdgeStyle;rounded=0;html=1;endArrow=block;" edge="1" parent="1" source="waitc" target="d_confirm"><mxGeometry relative="1" as="geometry"/></mxCell>
        <mxCell id="e_d_confirm_d_members" value="Yes" style="edgeStyle=orthogonalEdgeStyle;rounded=0;html=1;endArrow=block;" edge="1" parent="1" source="d_confirm" target="d_members"><mxGeometry relative="1" as="geometry"/></mxCell>
        <mxCell id="e_d_members_rollbackchk" value="Yes / standalone" style="edgeStyle=orthogonalEdgeStyle;rounded=0;html=1;endArrow=block;" edge="1" parent="1" source="d_members" target="rollbackchk"><mxGeometry relative="1" as="geometry"/></mxCell>
        <mxCell id="e_rollbackchk_commit" value="" style="edgeStyle=orthogonalEdgeStyle;rounded=0;html=1;endArrow=block;" edge="1" parent="1" source="rollbackchk" target="commit"><mxGeometry relative="1" as="geometry"/></mxCell>
        <mxCell id="e_commit_d_commit" value="" style="edgeStyle=orthogonalEdgeStyle;rounded=0;html=1;endArrow=block;" edge="1" parent="1" source="commit" target="d_commit"><mxGeometry relative="1" as="geometry"/></mxCell>
        <mxCell id="e_d_commit_sync" value="Yes" style="edgeStyle=orthogonalEdgeStyle;rounded=0;html=1;endArrow=block;" edge="1" parent="1" source="d_commit" target="sync"><mxGeometry relative="1" as="geometry"/></mxCell>
        <mxCell id="e_sync_d_remove" value="" style="edgeStyle=orthogonalEdgeStyle;rounded=0;html=1;endArrow=block;" edge="1" parent="1" source="sync" target="d_remove"><mxGeometry relative="1" as="geometry"/></mxCell>
        <mxCell id="e_remove_yes" value="Yes" style="edgeStyle=orthogonalEdgeStyle;rounded=0;html=1;endArrow=block;" edge="1" parent="1" source="d_remove" target="remove"><mxGeometry relative="1" as="geometry"/></mxCell>
        <mxCell id="e_remove_ok" value="" style="edgeStyle=orthogonalEdgeStyle;rounded=0;html=1;endArrow=block;" edge="1" parent="1" source="remove" target="ok"><mxGeometry relative="1" as="geometry"/></mxCell>
        <mxCell id="e_remove_no" value="No" style="edgeStyle=orthogonalEdgeStyle;rounded=0;html=1;endArrow=block;" edge="1" parent="1" source="d_remove" target="ok"><mxGeometry relative="1" as="geometry"/></mxCell>
      </root>
    </mxGraphModel>
  </diagram>
</mxfile>
